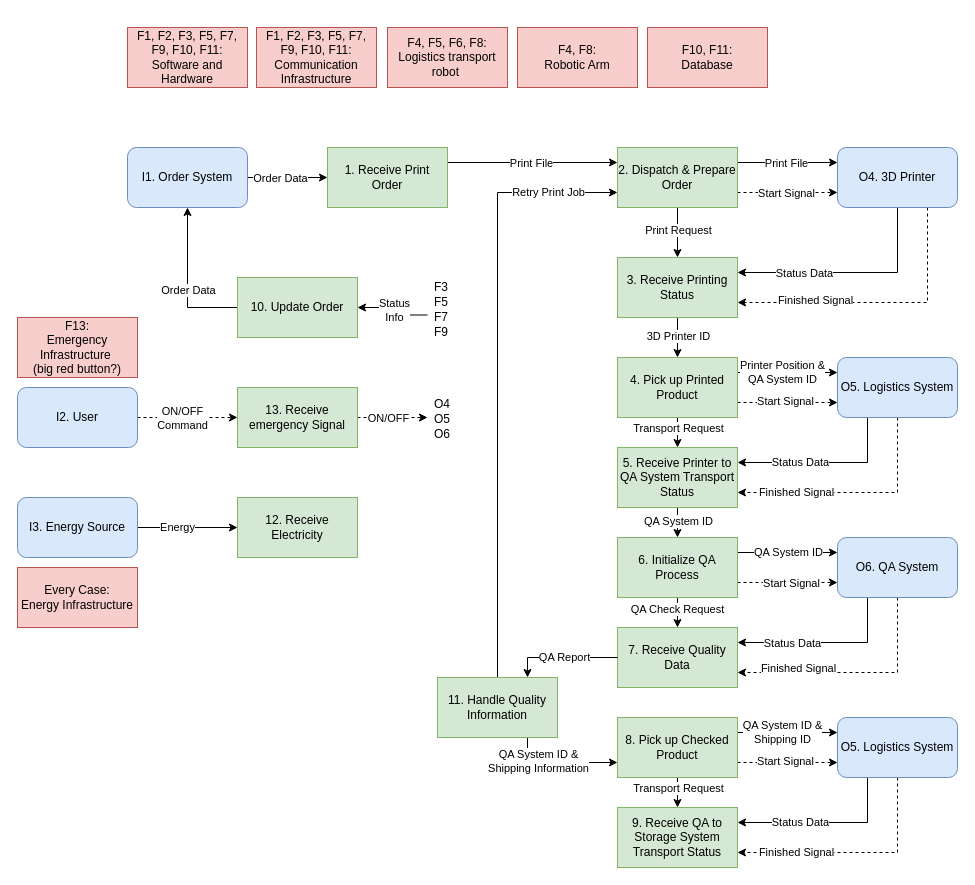
SystemEngineeringWS24-25/3d-printing-production-system keeps this draw.io diagram as diagrams/MES_FBD.drawio. Above is the earlier version. Source tidied: cells renumbered, new cells numbered last; positions are measured from the earlier drawing's top-left corner, leaving out a move shared by most shapes. Both pictures are drawn from the tidied source at 100%, with x=0, y=0 at pixel (17, 27).
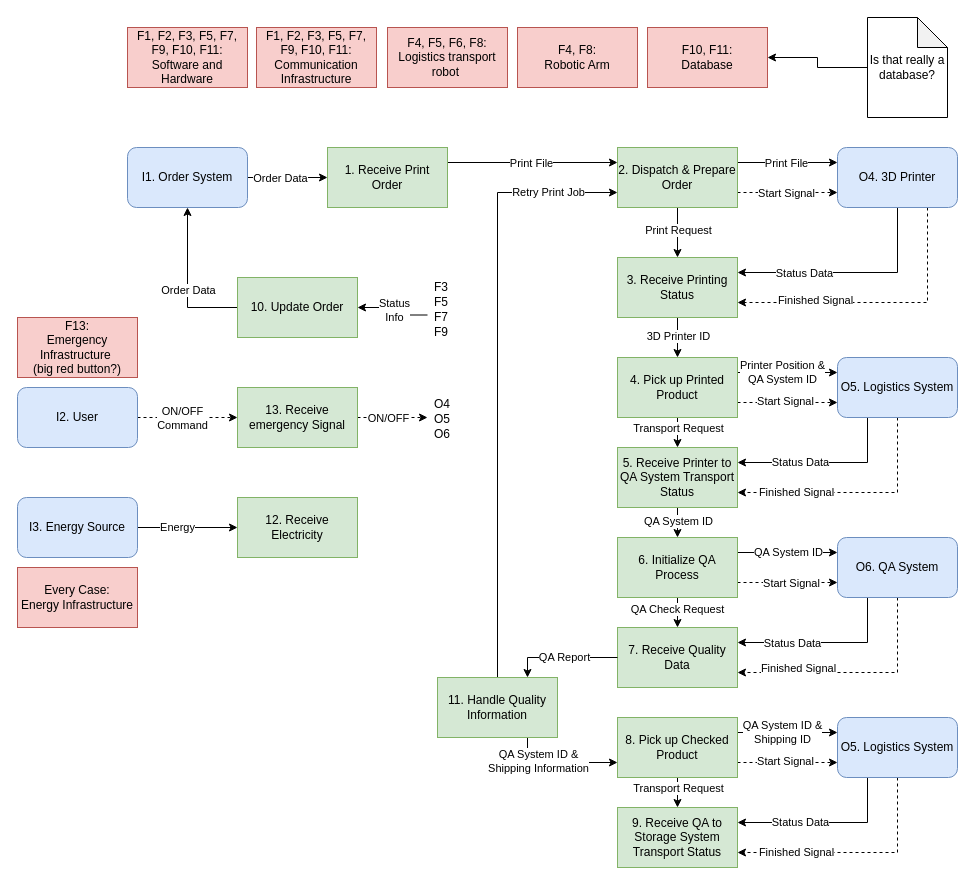
After the change.

Unchanged cells that the change refers to:
```xml
<mxCell id="105" value="F10, F11:&lt;div&gt;Database&lt;/div&gt;" style="rounded=0;whiteSpace=wrap;html=1;fillColor=#f8cecc;strokeColor=#b85450;" parent="1" vertex="1">
  <mxGeometry x="630" width="120" height="60" as="geometry" />
</mxCell>
```

Change to the diagram source:
```diff
@@
+    <mxCell id="108" style="edgeStyle=orthogonalEdgeStyle;rounded=0;jettySize=auto;html=1;entryX=1;entryY=0.5;entryDx=0;entryDy=0;" parent="1" edge="1" source="109" target="105">
+      <mxGeometry relative="1" as="geometry" />
+    </mxCell>
+    <mxCell id="109" value="Is that really a database?" style="shape=note;whiteSpace=wrap;html=1;backgroundOutline=1;darkOpacity=0.05;" parent="1" vertex="1">
+      <mxGeometry x="850" y="-10" width="80" height="100" as="geometry" />
+    </mxCell>
```
